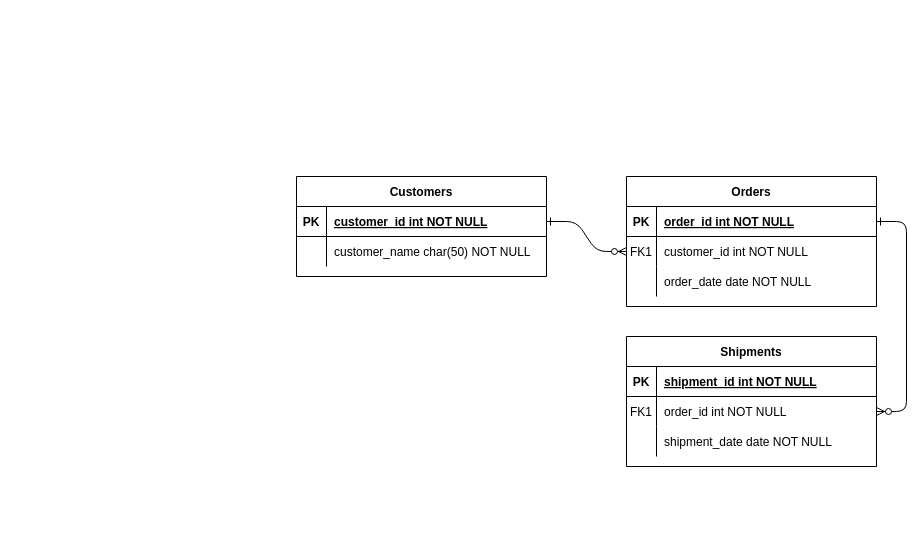
This is Untitled Diagram.drawio from rohid7401/JRShop, a draw.io file, before an edit. Source tidied: cells renumbered, new cells numbered last; positions are measured from the earlier drawing's top-left corner, leaving out a move shared by most shapes. Both pictures are drawn from the tidied source at 100%, with x=0, y=0 at pixel (296, 176).
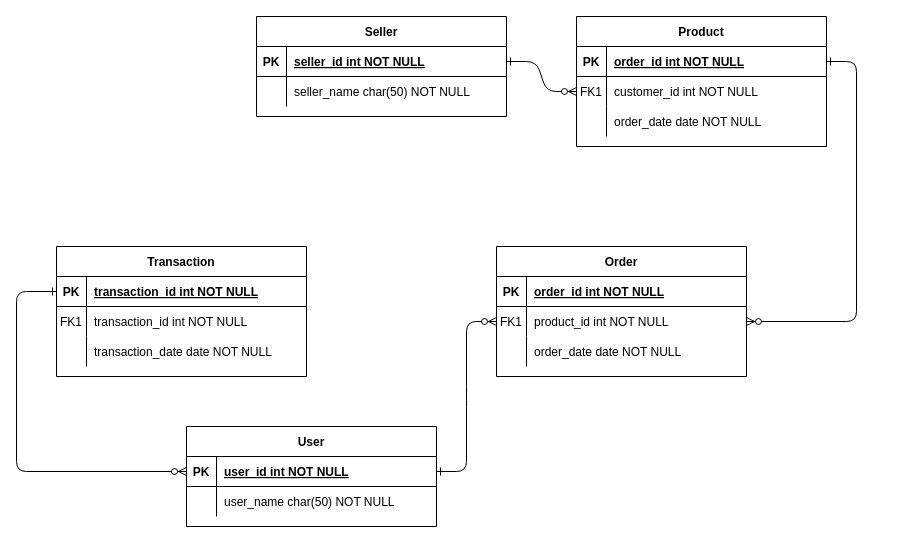
Above is the later version.

The change refers to these unchanged cells:
```xml
<mxCell id="8" style="shape=partialRectangle;fillColor=none;points=[[0,0.5],[1,0.5]];portConstraint=eastwest;top=0;left=0;right=0;bottom=0;" parent="4" vertex="1">
  <mxGeometry y="60" width="250" height="30" as="geometry" />
</mxCell>
<mxCell id="15" style="shape=partialRectangle;fillColor=none;top=0;left=0;right=0;bottom=1;" parent="14" vertex="1">
  <mxGeometry y="30" width="250" height="30" as="geometry" />
</mxCell>
<mxCell id="18" style="shape=partialRectangle;fillColor=none;points=[[0,0.5],[1,0.5]];portConstraint=eastwest;top=0;left=0;right=0;bottom=0;" parent="14" vertex="1">
  <mxGeometry y="60" width="250" height="30" as="geometry" />
</mxCell>
<mxCell id="21" style="shape=partialRectangle;fillColor=none;top=0;left=0;right=0;bottom=0;" parent="14" vertex="1">
  <mxGeometry y="90" width="250" height="30" as="geometry" />
</mxCell>
<mxCell id="25" style="shape=partialRectangle;fillColor=none;points=[[0,0.5],[1,0.5]];portConstraint=eastwest;top=0;left=0;right=0;bottom=1;" parent="24" vertex="1">
  <mxGeometry y="30" width="250" height="30" as="geometry" />
</mxCell>
<mxCell id="28" style="shape=partialRectangle;fillColor=none;top=0;left=0;right=0;bottom=0;" parent="24" vertex="1">
  <mxGeometry y="60" width="250" height="30" as="geometry" />
</mxCell>
```

Diff of the diagram source:
```diff
@@
-    <mxCell id="2" style="edgeStyle=entityRelationEdgeStyle;endArrow=ERzeroToMany;startArrow=ERone;endFill=1;startFill=0;" parent="1" edge="1" source="25" target="8">
+    <mxCell id="2" style="edgeStyle=entityRelationEdgeStyle;endArrow=ERzeroToMany;startArrow=ERone;endFill=1;startFill=0;entryX=0;entryY=0.5;entryDx=0;entryDy=0;" parent="1" edge="1" source="25" target="18">
       <mxGeometry relative="1" as="geometry" />
     </mxCell>
@@
-    <mxCell id="4" value="Orders" style="shape=table;startSize=30;childLayout=tableLayout;rowLines=0;fontStyle=1;align=center;" parent="1" vertex="1">
-      <mxGeometry x="330" width="250" height="130" as="geometry" />
+    <mxCell id="4" value="Product" style="shape=table;startSize=30;childLayout=tableLayout;rowLines=0;fontStyle=1;align=center;" parent="1" vertex="1">
+      <mxGeometry x="280" y="-160" width="250" height="130" as="geometry" />
     </mxCell>
@@
-    <mxCell id="14" value="Shipments" style="shape=table;startSize=30;childLayout=tableLayout;rowLines=0;fontStyle=1;align=center;" parent="1" vertex="1">
-      <mxGeometry x="330" y="160" width="250" height="130" as="geometry" />
+    <mxCell id="14" value="Order" style="shape=table;startSize=30;childLayout=tableLayout;rowLines=0;fontStyle=1;align=center;" parent="1" vertex="1">
+      <mxGeometry x="200" y="70" width="250" height="130" as="geometry" />
     </mxCell>
@@
-    <mxCell id="17" value="shipment_id int NOT NULL " style="shape=partialRectangle;overflow=hidden;fillColor=none;top=0;left=0;bottom=0;right=0;align=left;spacingLeft=6;fontStyle=5;" parent="15" vertex="1">
+    <mxCell id="17" value="order_id int NOT NULL " style="shape=partialRectangle;overflow=hidden;fillColor=none;top=0;left=0;bottom=0;right=0;align=left;spacingLeft=6;fontStyle=5;" parent="15" vertex="1">
       <mxGeometry x="30" width="220" height="30" as="geometry" />
     </mxCell>
@@
-    <mxCell id="20" value="order_id int NOT NULL" style="shape=partialRectangle;overflow=hidden;fillColor=none;top=0;left=0;bottom=0;right=0;align=left;spacingLeft=6;" parent="18" vertex="1">
+    <mxCell id="20" value="product_id int NOT NULL" style="shape=partialRectangle;overflow=hidden;fillColor=none;top=0;left=0;bottom=0;right=0;align=left;spacingLeft=6;" parent="18" vertex="1">
       <mxGeometry x="30" width="220" height="30" as="geometry" />
     </mxCell>
@@
-    <mxCell id="23" value="shipment_date date NOT NULL" style="shape=partialRectangle;overflow=hidden;fillColor=none;top=0;left=0;bottom=0;right=0;align=left;spacingLeft=6;" parent="21" vertex="1">
+    <mxCell id="23" value="order_date date NOT NULL" style="shape=partialRectangle;overflow=hidden;fillColor=none;top=0;left=0;bottom=0;right=0;align=left;spacingLeft=6;" parent="21" vertex="1">
       <mxGeometry x="30" width="220" height="30" as="geometry" />
     </mxCell>
-    <mxCell id="24" value="Customers" style="shape=table;startSize=30;childLayout=tableLayout;rowLines=0;fontStyle=1;align=center;" parent="1" vertex="1">
-      <mxGeometry width="250" height="100" as="geometry" />
+    <mxCell id="24" value="User" style="shape=table;startSize=30;childLayout=tableLayout;rowLines=0;fontStyle=1;align=center;" parent="1" vertex="1">
+      <mxGeometry x="-110" y="250" width="250" height="100" as="geometry" />
     </mxCell>
@@
-    <mxCell id="27" value="customer_id int NOT NULL " style="shape=partialRectangle;overflow=hidden;fillColor=none;top=0;left=0;bottom=0;right=0;align=left;spacingLeft=6;fontStyle=5;" parent="25" vertex="1">
+    <mxCell id="27" value="user_id int NOT NULL " style="shape=partialRectangle;overflow=hidden;fillColor=none;top=0;left=0;bottom=0;right=0;align=left;spacingLeft=6;fontStyle=5;" parent="25" vertex="1">
       <mxGeometry x="30" width="220" height="30" as="geometry" />
     </mxCell>
@@
-    <mxCell id="30" value="customer_name char(50) NOT NULL" style="shape=partialRectangle;overflow=hidden;fillColor=none;top=0;left=0;bottom=0;right=0;align=left;spacingLeft=6;" parent="28" vertex="1">
+    <mxCell id="30" value="user_name char(50) NOT NULL" style="shape=partialRectangle;overflow=hidden;fillColor=none;top=0;left=0;bottom=0;right=0;align=left;spacingLeft=6;" parent="28" vertex="1">
       <mxGeometry x="30" width="220" height="30" as="geometry" />
     </mxCell>
+    <mxCell id="31" value="Seller" style="shape=table;startSize=30;childLayout=tableLayout;rowLines=0;fontStyle=1;align=center;" parent="1" vertex="1">
+      <mxGeometry x="-40" y="-160" width="250" height="100" as="geometry" />
+    </mxCell>
+    <mxCell id="32" style="shape=partialRectangle;fillColor=none;points=[[0,0.5],[1,0.5]];portConstraint=eastwest;top=0;left=0;right=0;bottom=1;" parent="31" vertex="1">
+      <mxGeometry y="30" width="250" height="30" as="geometry" />
+    </mxCell>
+    <mxCell id="33" value="PK" style="shape=partialRectangle;overflow=hidden;fillColor=none;top=0;left=0;bottom=0;right=0;fontStyle=1;" parent="32" vertex="1">
+      <mxGeometry width="30" height="30" as="geometry" />
+    </mxCell>
+    <mxCell id="34" value="seller_id int NOT NULL " style="shape=partialRectangle;overflow=hidden;fillColor=none;top=0;left=0;bottom=0;right=0;align=left;spacingLeft=6;fontStyle=5;" parent="32" vertex="1">
+      <mxGeometry x="30" width="220" height="30" as="geometry" />
+    </mxCell>
+    <mxCell id="35" style="shape=partialRectangle;fillColor=none;top=0;left=0;right=0;bottom=0;" parent="31" vertex="1">
+      <mxGeometry y="60" width="250" height="30" as="geometry" />
+    </mxCell>
+    <mxCell id="36" style="shape=partialRectangle;overflow=hidden;fillColor=none;top=0;left=0;bottom=0;right=0;" parent="35" vertex="1">
+      <mxGeometry width="30" height="30" as="geometry" />
+    </mxCell>
+    <mxCell id="37" value="seller_name char(50) NOT NULL" style="shape=partialRectangle;overflow=hidden;fillColor=none;top=0;left=0;bottom=0;right=0;align=left;spacingLeft=6;" parent="35" vertex="1">
+      <mxGeometry x="30" width="220" height="30" as="geometry" />
+    </mxCell>
+    <mxCell id="38" style="edgeStyle=entityRelationEdgeStyle;endArrow=ERzeroToMany;startArrow=ERone;endFill=1;startFill=0;entryX=0;entryY=0.5;entryDx=0;entryDy=0;exitX=1;exitY=0.5;exitDx=0;exitDy=0;" parent="1" edge="1" source="32" target="8">
+      <mxGeometry relative="1" as="geometry" />
+    </mxCell>
+    <mxCell id="39" value="Transaction" style="shape=table;startSize=30;childLayout=tableLayout;rowLines=0;fontStyle=1;align=center;" parent="1" vertex="1">
+      <mxGeometry x="-240" y="70" width="250" height="130" as="geometry" />
+    </mxCell>
+    <mxCell id="40" style="shape=partialRectangle;fillColor=none;points=[[0,0.5],[1,0.5]];portConstraint=eastwest;top=0;left=0;right=0;bottom=1;" parent="39" vertex="1">
+      <mxGeometry y="30" width="250" height="30" as="geometry" />
+    </mxCell>
+    <mxCell id="41" value="PK" style="shape=partialRectangle;overflow=hidden;fillColor=none;top=0;left=0;bottom=0;right=0;fontStyle=1;" parent="40" vertex="1">
+      <mxGeometry width="30" height="30" as="geometry" />
+    </mxCell>
+    <mxCell id="42" value="transaction_id int NOT NULL " style="shape=partialRectangle;overflow=hidden;fillColor=none;top=0;left=0;bottom=0;right=0;align=left;spacingLeft=6;fontStyle=5;" parent="40" vertex="1">
+      <mxGeometry x="30" width="220" height="30" as="geometry" />
+    </mxCell>
+    <mxCell id="43" style="shape=partialRectangle;fillColor=none;top=0;left=0;right=0;bottom=0;" parent="39" vertex="1">
+      <mxGeometry y="60" width="250" height="30" as="geometry" />
+    </mxCell>
+    <mxCell id="44" value="FK1" style="shape=partialRectangle;overflow=hidden;fillColor=none;top=0;left=0;bottom=0;right=0;" parent="43" vertex="1">
+      <mxGeometry width="30" height="30" as="geometry" />
+    </mxCell>
+    <mxCell id="45" value="transaction_id int NOT NULL" style="shape=partialRectangle;overflow=hidden;fillColor=none;top=0;left=0;bottom=0;right=0;align=left;spacingLeft=6;" parent="43" vertex="1">
+      <mxGeometry x="30" width="220" height="30" as="geometry" />
+    </mxCell>
+    <mxCell id="46" style="shape=partialRectangle;fillColor=none;top=0;left=0;right=0;bottom=0;" parent="39" vertex="1">
+      <mxGeometry y="90" width="250" height="30" as="geometry" />
+    </mxCell>
+    <mxCell id="47" style="shape=partialRectangle;overflow=hidden;fillColor=none;top=0;left=0;bottom=0;right=0;" parent="46" vertex="1">
+      <mxGeometry width="30" height="30" as="geometry" />
+    </mxCell>
+    <mxCell id="48" value="transaction_date date NOT NULL" style="shape=partialRectangle;overflow=hidden;fillColor=none;top=0;left=0;bottom=0;right=0;align=left;spacingLeft=6;" parent="46" vertex="1">
+      <mxGeometry x="30" width="220" height="30" as="geometry" />
+    </mxCell>
+    <mxCell id="49" style="endArrow=ERzeroToMany;startArrow=ERone;endFill=1;startFill=0;edgeStyle=orthogonalEdgeStyle;entryX=0;entryY=0.5;entryDx=0;entryDy=0;exitX=0;exitY=0.5;exitDx=0;exitDy=0;" parent="1" edge="1" source="40" target="25">
+      <mxGeometry relative="1" as="geometry">
+        <Array as="points">
+          <mxPoint x="-280" y="115" />
+          <mxPoint x="-280" y="295" />
+        </Array>
+      </mxGeometry>
+    </mxCell>
```
